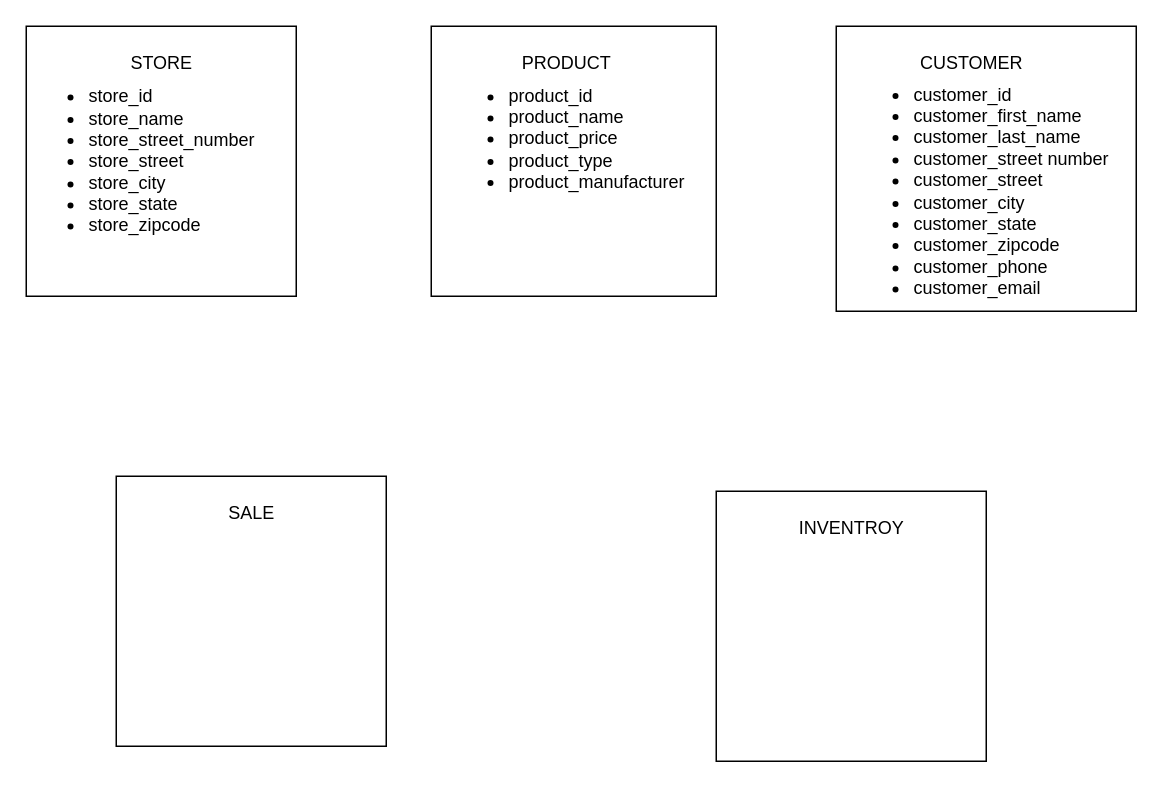
Before: Untitled Diagram.drawio in mrkwapo/DatabaseDesignAndManagement, a draw.io diagram. Source tidied: cells renumbered, new cells numbered last; positions are measured from the earlier drawing's top-left corner, leaving out a move shared by most shapes. Both pictures are drawn from the tidied source at 150%, with x=0, y=0 at pixel (26, 26).
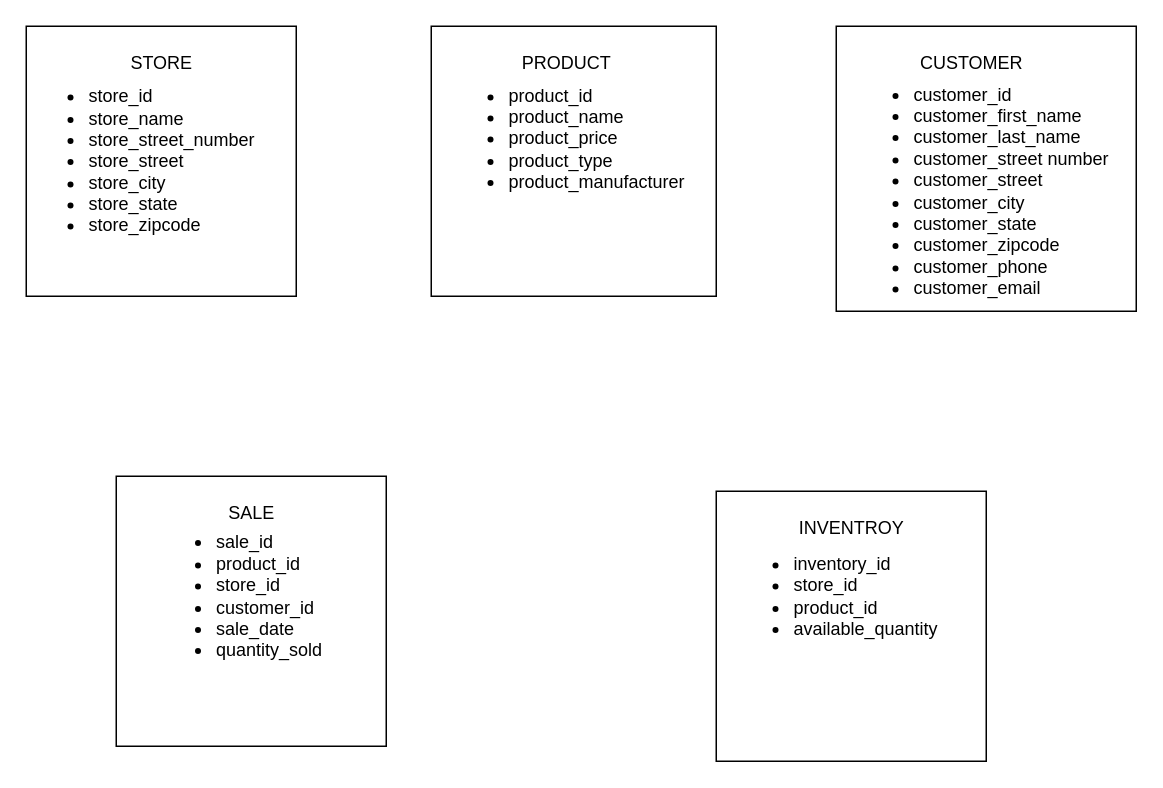
After the change.

Unchanged cells that the change refers to:
```xml
<mxCell id="15" style="whiteSpace=wrap;html=1;" parent="14" vertex="1">
  <mxGeometry width="180" height="180" as="geometry" />
</mxCell>
<mxCell id="18" style="whiteSpace=wrap;html=1;" parent="17" vertex="1">
  <mxGeometry width="180" height="180" as="geometry" />
</mxCell>
```

Change to the diagram source:
```diff
@@
+    <mxCell id="20" value="&lt;ul&gt;&lt;li&gt;sale_id&lt;/li&gt;&lt;li&gt;product_id&lt;/li&gt;&lt;li&gt;store_id&lt;/li&gt;&lt;li&gt;customer_id&lt;/li&gt;&lt;li&gt;sale_date&lt;/li&gt;&lt;li&gt;quantity_sold&lt;/li&gt;&lt;/ul&gt;" style="text;html=1;align=left;verticalAlign=middle;strokeColor=none;fillColor=none;" parent="15" vertex="1">
+      <mxGeometry x="25" y="20" width="130" height="120" as="geometry" />
+    </mxCell>
@@
+    <mxCell id="21" value="&lt;ul&gt;&lt;li&gt;inventory_id&lt;/li&gt;&lt;li&gt;store_id&lt;/li&gt;&lt;li&gt;product_id&lt;/li&gt;&lt;li&gt;available_quantity&lt;/li&gt;&lt;/ul&gt;" style="text;html=1;align=left;verticalAlign=middle;strokeColor=none;fillColor=none;" parent="18" vertex="1">
+      <mxGeometry x="10" y="20" width="160" height="100" as="geometry" />
+    </mxCell>
```
